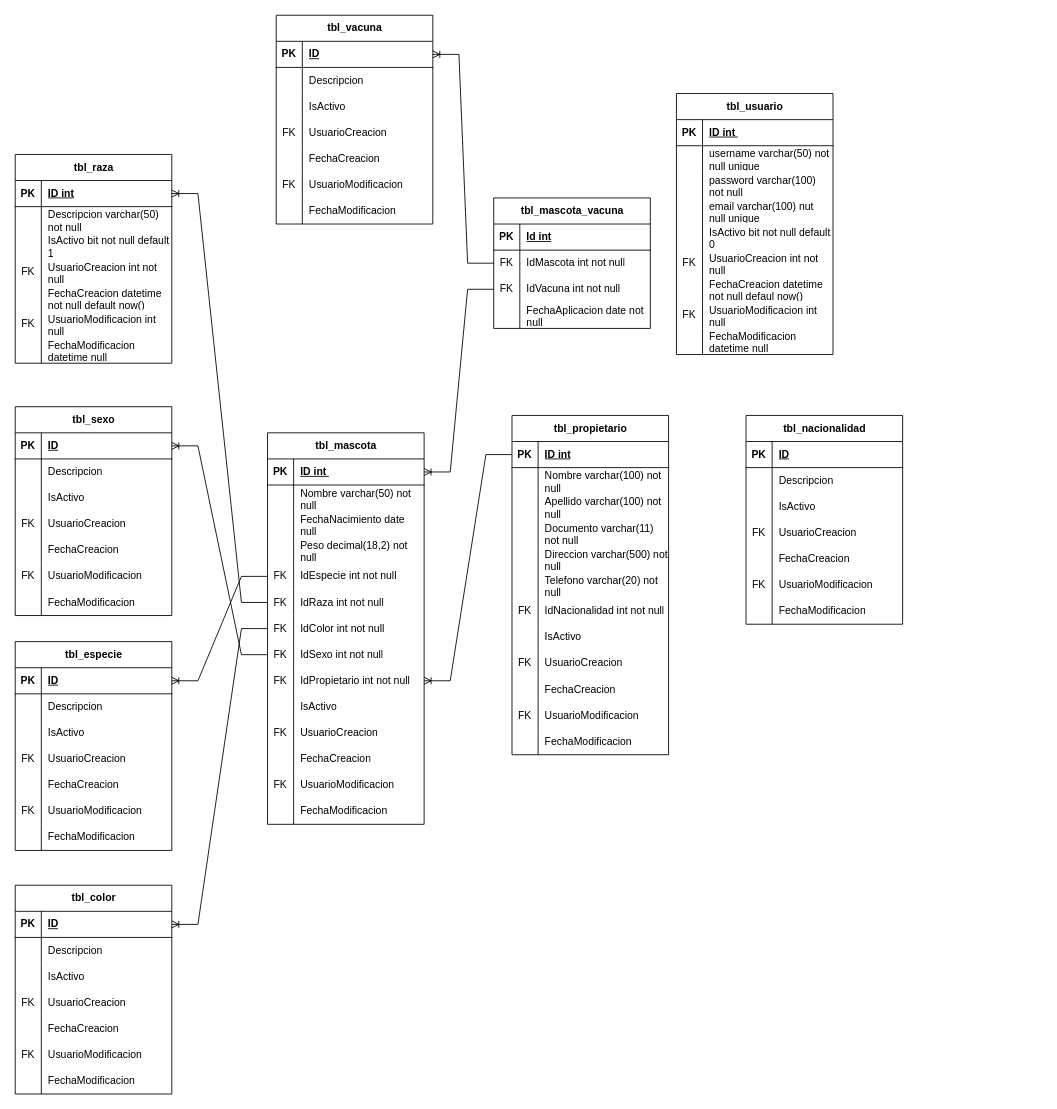
The draw.io diagram page "Diagrama Fisico" (3 of 3) of Semana08Sesion01/d19423/Veterinaria.drawio in rpinedaec83/Backend-00.01.2025-02, before the edit. Source tidied: cells renumbered, new cells numbered last; positions are measured from the earlier drawing's top-left corner, leaving out a move shared by most shapes. Both pictures are drawn from the tidied source at 87%, with x=0, y=0 at pixel (15, 15).
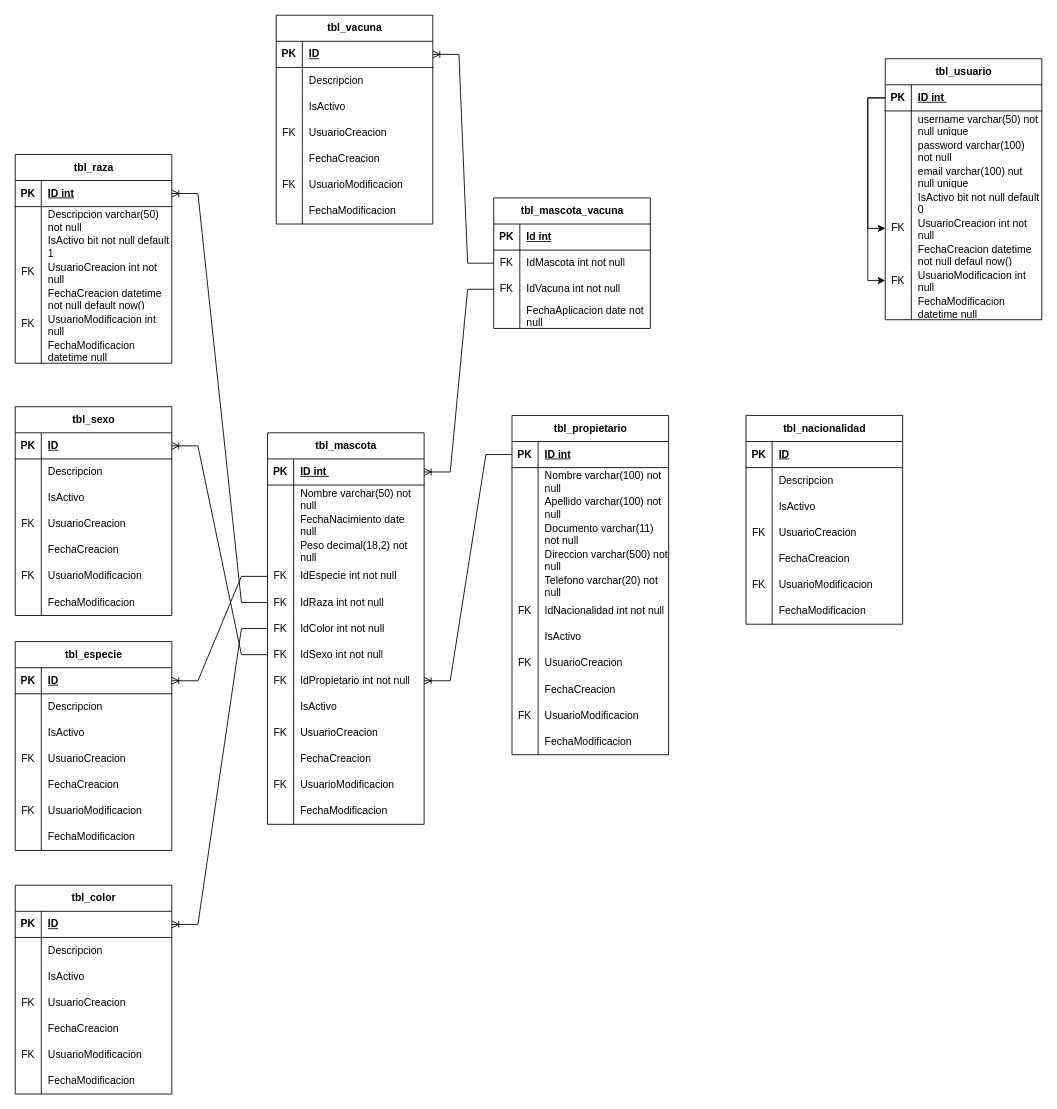
After the change.

The change refers to these unchanged cells:
```xml
<mxCell id="25" style="shape=tableRow;horizontal=0;startSize=0;swimlaneHead=0;swimlaneBody=0;fillColor=none;points=[[0,0.5],[1,0.5]];portConstraint=eastwest;top=0;left=0;right=0;bottom=1;" parent="24" vertex="1">
  <mxGeometry y="30" width="180" height="30" as="geometry" />
</mxCell>
<mxCell id="40" style="shape=tableRow;horizontal=0;startSize=0;swimlaneHead=0;swimlaneBody=0;fillColor=none;points=[[0,0.5],[1,0.5]];portConstraint=eastwest;top=0;left=0;right=0;bottom=0;" parent="24" vertex="1">
  <mxGeometry y="180" width="180" height="30" as="geometry" />
</mxCell>
<mxCell id="46" style="shape=tableRow;horizontal=0;startSize=0;swimlaneHead=0;swimlaneBody=0;fillColor=none;points=[[0,0.5],[1,0.5]];portConstraint=eastwest;top=0;left=0;right=0;bottom=0;" parent="24" vertex="1">
  <mxGeometry y="240" width="180" height="30" as="geometry" />
</mxCell>
```

The edit, as a diff of the source:
```diff
@@
+    <mxCell id="262" style="edgeStyle=orthogonalEdgeStyle;rounded=0;jettySize=auto;html=1;entryX=0;entryY=0.5;entryDx=0;entryDy=0;" parent="1" edge="1" source="25" target="46">
+      <mxGeometry relative="1" as="geometry" />
+    </mxCell>
+    <mxCell id="263" style="edgeStyle=orthogonalEdgeStyle;rounded=0;jettySize=auto;html=1;exitX=0;exitY=0.5;exitDx=0;exitDy=0;entryX=0;entryY=0.5;entryDx=0;entryDy=0;" parent="1" edge="1" source="25" target="40">
+      <mxGeometry relative="1" as="geometry" />
+    </mxCell>
@@
     <mxCell id="24" value="tbl_usuario" style="shape=table;startSize=30;childLayout=tableLayout;rowLines=0;fontStyle=1;align=center;html=1;" parent="1" vertex="1">
-      <mxGeometry x="760" y="90" width="180" height="300" as="geometry" />
+      <mxGeometry x="1000" y="50" width="180" height="300" as="geometry" />
     </mxCell>
```
